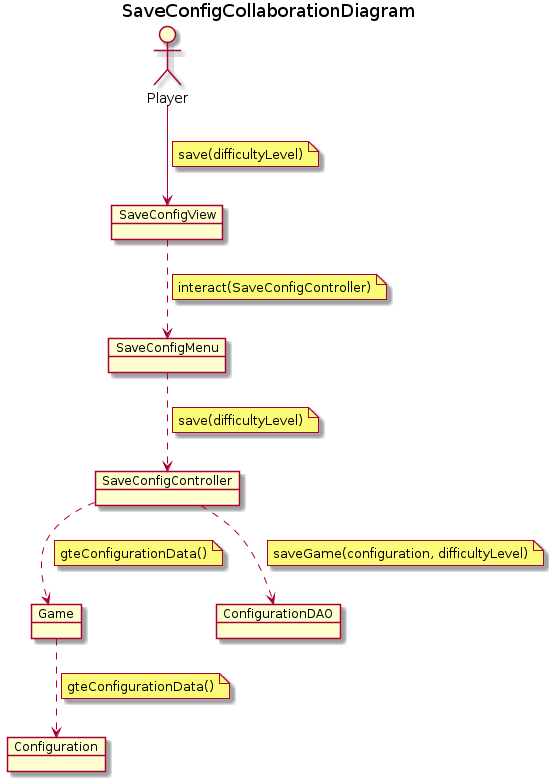
Before: docs/output/analysis/use-cases/SaveConfigCollaborationDiagram.png, a diagram exported from PlantUML (Master-Desarrollo-20-21/patrones-diseno---practica-final---juego-de-las-damas-fraylopez).
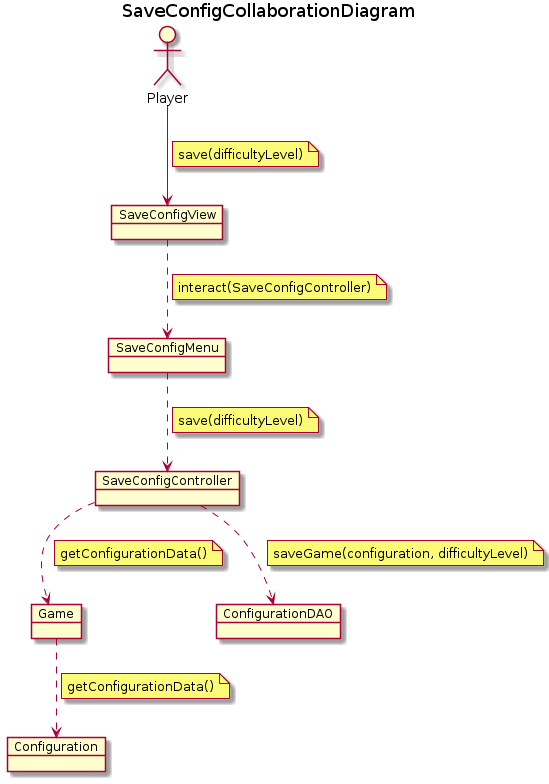
The same file after the commit.

The edit, as a diff of the source:
```diff
@@ -31,11 +31,11 @@
 end note
 SaveConfigController ..> Game
 note on link
-    gteConfigurationData()
+    getConfigurationData()
 end note
 Game ..> Configuration
 note on link
-    gteConfigurationData()
+    getConfigurationData()
 end note
 
 @enduml
```
